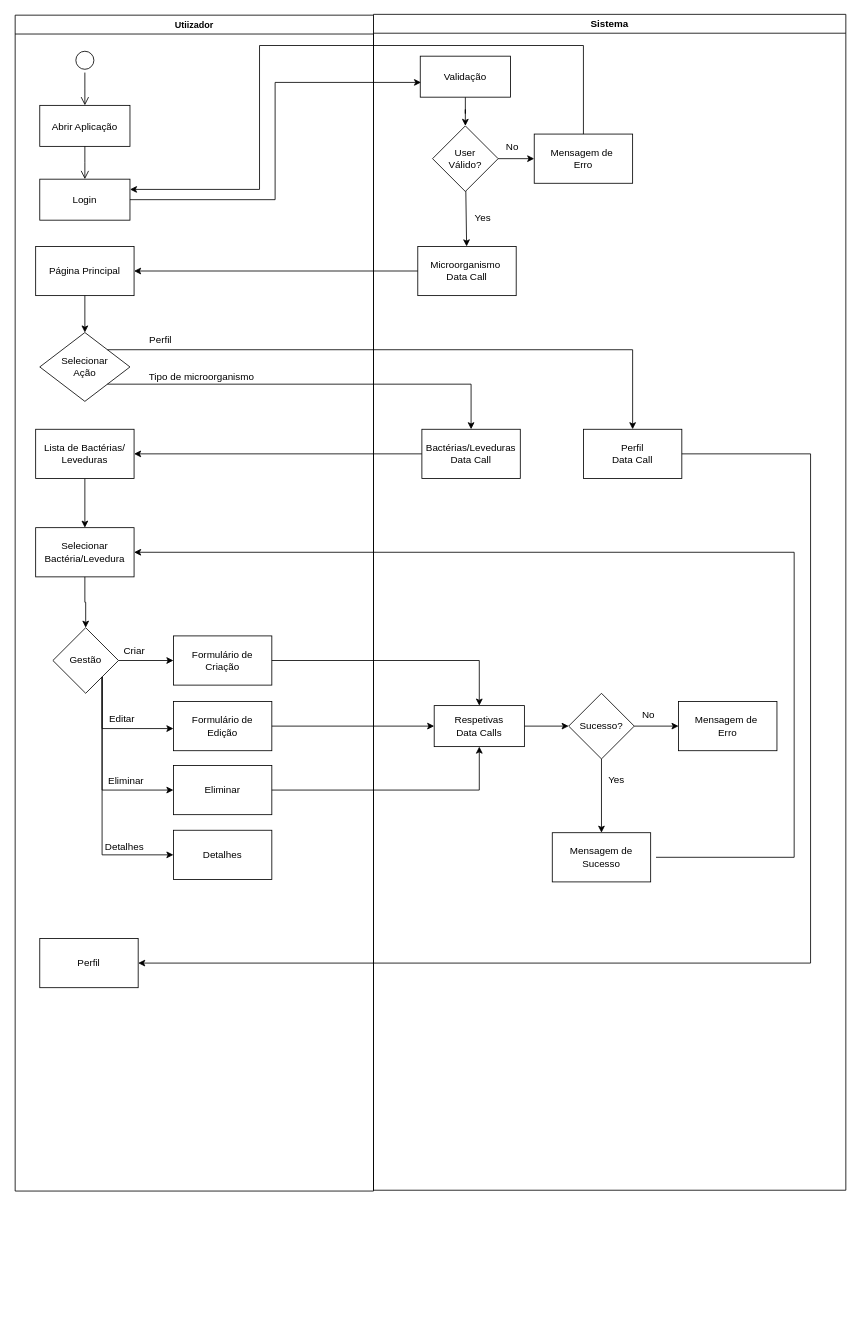
Earlier version of the draw.io diagram Atividades.drawio (CarvalhoDaStreet/Diagrams). Source tidied: cells renumbered, new cells numbered last; positions are measured from the earlier drawing's top-left corner, leaving out a move shared by most shapes. Both pictures are drawn from the tidied source at 82%, with x=0, y=0 at pixel (15, 14).
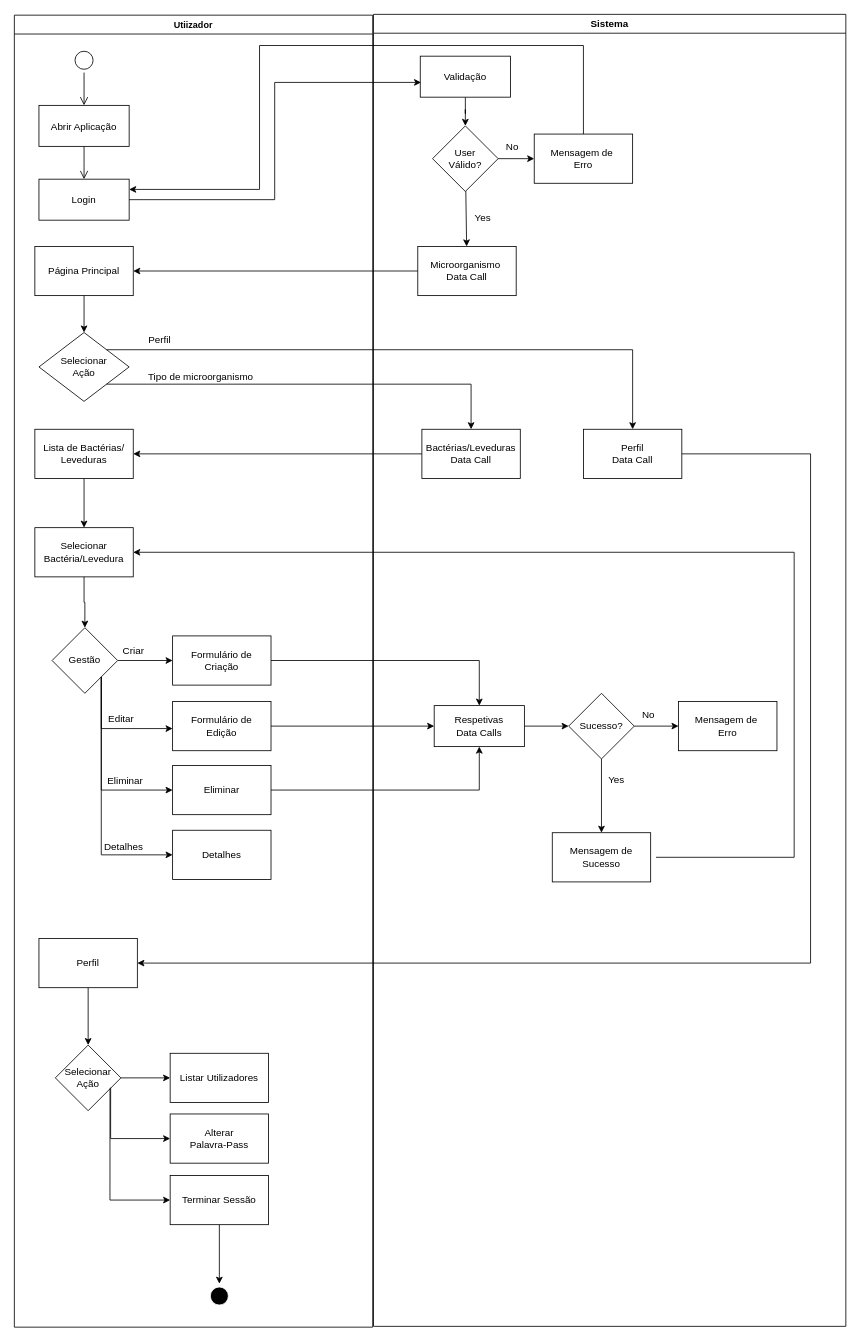
Above is the later version.

The change refers to these unchanged cells:
```xml
<mxCell id="30" value="Perfil" style="whiteSpace=wrap;html=1;rounded=0;labelBackgroundColor=none;" parent="2" vertex="1">
  <mxGeometry x="30" y="1126" width="120" height="60" as="geometry" />
</mxCell>
```

Diff of the diagram source:
```diff
@@
     <mxCell id="2" value="Utiizador" style="swimlane;whiteSpace=wrap;labelBackgroundColor=none;fontSize=11;" parent="1" vertex="1">
-      <mxGeometry y="1" width="437" height="1434" as="geometry" />
+      <mxGeometry x="-1" y="1" width="437" height="1600" as="geometry" />
     </mxCell>
@@
+    <mxCell id="63" style="edgeStyle=orthogonalEdgeStyle;rounded=0;jettySize=auto;html=1;" parent="2" edge="1" source="30" target="65">
+      <mxGeometry relative="1" as="geometry" />
+    </mxCell>
@@
+    <mxCell id="64" style="edgeStyle=orthogonalEdgeStyle;rounded=0;jettySize=auto;html=1;" parent="2" edge="1" source="65" target="66">
+      <mxGeometry relative="1" as="geometry" />
+    </mxCell>
+    <mxCell id="65" value="Selecionar&lt;div&gt;Ação&lt;/div&gt;" style="rhombus;whiteSpace=wrap;html=1;rounded=0;labelBackgroundColor=none;" parent="2" vertex="1">
+      <mxGeometry x="50" y="1256" width="80" height="80" as="geometry" />
+    </mxCell>
+    <mxCell id="66" value="Listar Utilizadores" style="whiteSpace=wrap;html=1;rounded=0;labelBackgroundColor=none;" parent="2" vertex="1">
+      <mxGeometry x="190" y="1266" width="120" height="60" as="geometry" />
+    </mxCell>
+    <mxCell id="67" style="edgeStyle=orthogonalEdgeStyle;rounded=0;jettySize=auto;html=1;exitX=0.843;exitY=0.648;exitDx=0;exitDy=0;exitPerimeter=0;entryX=0;entryY=0.5;entryDx=0;entryDy=0;" parent="2" edge="1" source="65" target="68">
+      <mxGeometry relative="1" as="geometry">
+        <Array as="points">
+          <mxPoint x="117" y="1370" />
+        </Array>
+      </mxGeometry>
+    </mxCell>
+    <mxCell id="68" value="Alterar&lt;div&gt;Palavra-Pass&lt;/div&gt;" style="whiteSpace=wrap;html=1;rounded=0;labelBackgroundColor=none;" parent="2" vertex="1">
+      <mxGeometry x="190" y="1340" width="120" height="60" as="geometry" />
+    </mxCell>
+    <mxCell id="69" style="edgeStyle=orthogonalEdgeStyle;rounded=0;jettySize=auto;html=1;exitX=0.833;exitY=0.66;exitDx=0;exitDy=0;exitPerimeter=0;entryX=0;entryY=0.5;entryDx=0;entryDy=0;" parent="2" edge="1" source="65" target="71">
+      <mxGeometry relative="1" as="geometry">
+        <Array as="points">
+          <mxPoint x="117" y="1445" />
+        </Array>
+      </mxGeometry>
+    </mxCell>
+    <mxCell id="70" style="edgeStyle=orthogonalEdgeStyle;rounded=0;jettySize=auto;html=1;entryX=0.5;entryY=0;entryDx=0;entryDy=0;" parent="2" edge="1" source="71" target="72">
+      <mxGeometry relative="1" as="geometry" />
+    </mxCell>
+    <mxCell id="71" value="Terminar Sessão" style="whiteSpace=wrap;html=1;rounded=0;labelBackgroundColor=none;" parent="2" vertex="1">
+      <mxGeometry x="190" y="1415" width="120" height="60" as="geometry" />
+    </mxCell>
+    <mxCell id="72" style="ellipse;html=1;shape=endState;fillColor=#000000;strokeColor=#FFFFFF;" parent="2" vertex="1">
+      <mxGeometry x="235" y="1547" width="30" height="30" as="geometry" />
+    </mxCell>
     <mxCell id="31" value="Sistema" style="swimlane;whiteSpace=wrap;labelBackgroundColor=none;" parent="1" vertex="1">
-      <mxGeometry x="437" width="576" height="1434" as="geometry" />
+      <mxGeometry x="437" width="576" height="1600" as="geometry" />
     </mxCell>
```
